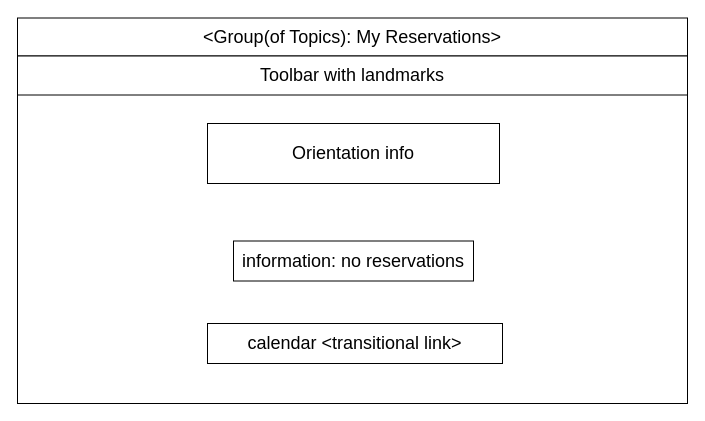
This is other/documentation/frontend/DRAW IO desing/myReservations empty.drawio from LeonardoPanizzo/hypermedia2019, a draw.io file, before an edit. Source tidied: cells renumbered, new cells numbered last; positions are measured from the earlier drawing's top-left corner, leaving out a move shared by most shapes. Both pictures are drawn from the tidied source at 100%, with x=0, y=0 at pixel (17, 17).
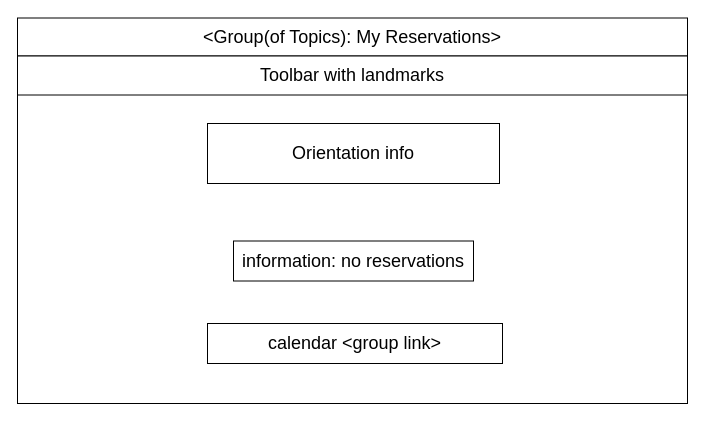
Above is the later version.

The edit, as a diff of the source:
```diff
@@
 <mxGraphModel>
   <root>
     <mxCell id="0" />
     <mxCell id="1" parent="0" />
     <mxCell id="2" style="rounded=0;whiteSpace=wrap;html=1;" parent="1" vertex="1">
       <mxGeometry y="1" width="670" height="385" as="geometry" />
     </mxCell>
     <mxCell id="3" value="&lt;div style=&quot;text-align: left ; font-size: 18px&quot;&gt;&lt;/div&gt;&lt;span style=&quot;text-align: left&quot;&gt;&amp;lt;Group(of Topics)&lt;/span&gt;&lt;span style=&quot;text-align: left&quot;&gt;: My Reservations&amp;gt;&lt;/span&gt;&lt;span style=&quot;text-align: left&quot;&gt;&lt;br&gt;&lt;/span&gt;" style="rounded=0;whiteSpace=wrap;html=1;fontSize=18;" parent="1" vertex="1">
       <mxGeometry y="0.5" width="670" height="38" as="geometry" />
     </mxCell>
     <mxCell id="4" value="Toolbar with landmarks" style="rounded=0;whiteSpace=wrap;html=1;fontSize=18;" parent="1" vertex="1">
       <mxGeometry y="38.5" width="670" height="39" as="geometry" />
     </mxCell>
     <mxCell id="5" value="&lt;span style=&quot;font-size: 18px&quot;&gt;Orientation info&lt;/span&gt;" style="rounded=0;whiteSpace=wrap;html=1;" parent="1" vertex="1">
       <mxGeometry x="190" y="106" width="292" height="60" as="geometry" />
     </mxCell>
     <mxCell id="6" value="information: no reservations" style="rounded=0;whiteSpace=wrap;html=1;fontSize=18;" parent="1" vertex="1">
       <mxGeometry x="216" y="223.5" width="240" height="40" as="geometry" />
     </mxCell>
-    <mxCell id="7" value="calendar &amp;lt;transitional link&amp;gt;" style="rounded=0;whiteSpace=wrap;html=1;fontSize=18;" parent="1" vertex="1">
+    <mxCell id="7" value="calendar &amp;lt;group link&amp;gt;" style="rounded=0;whiteSpace=wrap;html=1;fontSize=18;" parent="1" vertex="1">
       <mxGeometry x="190" y="306" width="295" height="40" as="geometry" />
     </mxCell>
   </root>
 </mxGraphModel>
```
